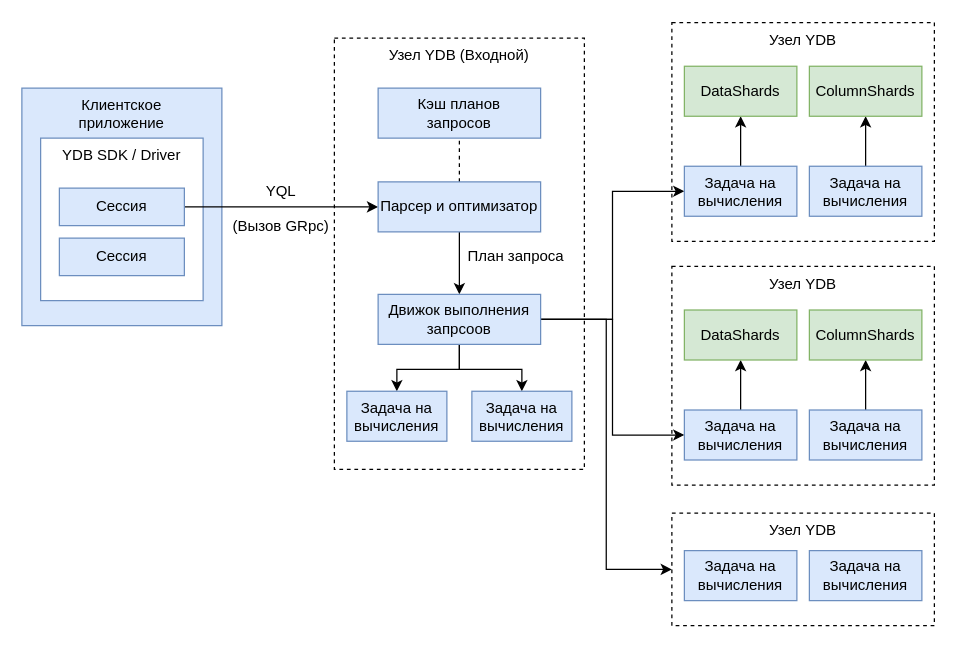
This is ydb/docs/ru/core/concepts/_assets/query_workflow.drawio from ydb-platform/ydb, a draw.io file, before an edit. Source tidied: cells renumbered, new cells numbered last; positions are measured from the earlier drawing's top-left corner, leaving out a move shared by most shapes. Both pictures are drawn from the tidied source at 125%, with x=0, y=0 at pixel (21, 22).
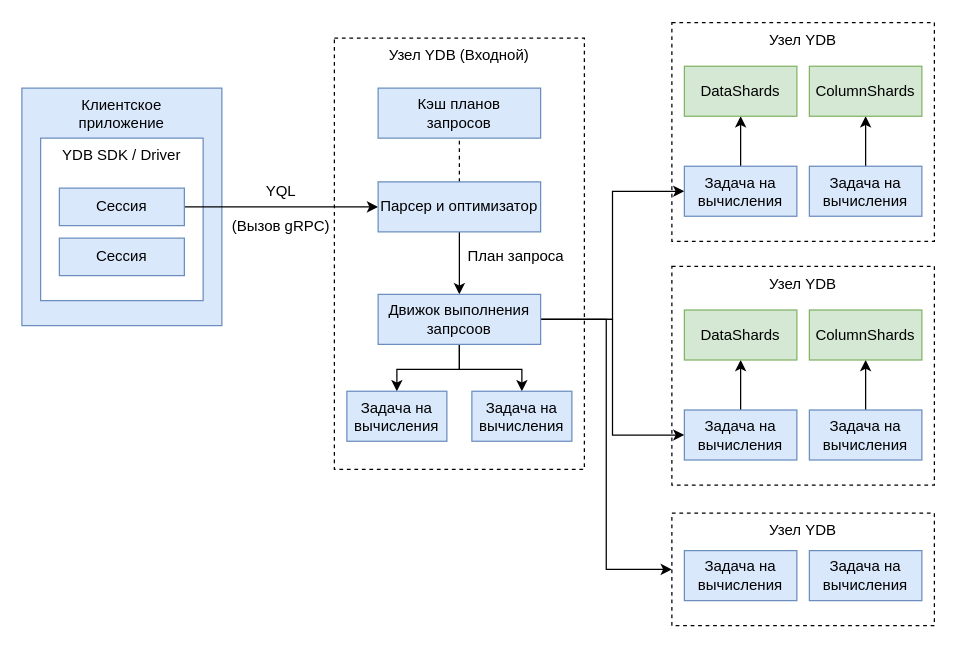
The same page after the edit.

What changed in the source:
```diff
@@
-    <mxCell id="20" value="(Вызов GRpc)" style="text;html=1;strokeColor=none;fillColor=none;align=center;verticalAlign=middle;" parent="1" vertex="1">
-      <mxGeometry x="181.5" y="162" width="50" as="geometry" />
-    </mxCell>
+    <mxCell id="40" value="(Вызов gRPC)" style="text;html=1;strokeColor=none;fillColor=none;align=center;verticalAlign=middle;" parent="1" vertex="1">
+      <mxGeometry x="181.5" y="162" width="50" as="geometry" />
+    </mxCell>
```
